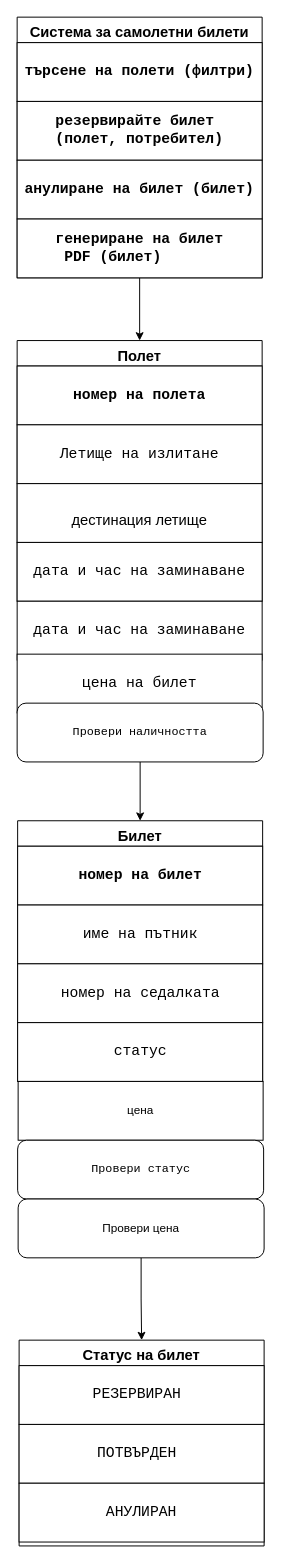
velislav19407/Airline-ticket-Management-System keeps this draw.io diagram as design/diagrams/class/Самолетни билети.drawio. Above is the earlier version. Source tidied: cells renumbered, new cells numbered last; positions are measured from the earlier drawing's top-left corner, leaving out a move shared by most shapes. Both pictures are drawn from the tidied source at 98%, with x=0, y=0 at pixel (17, 17).
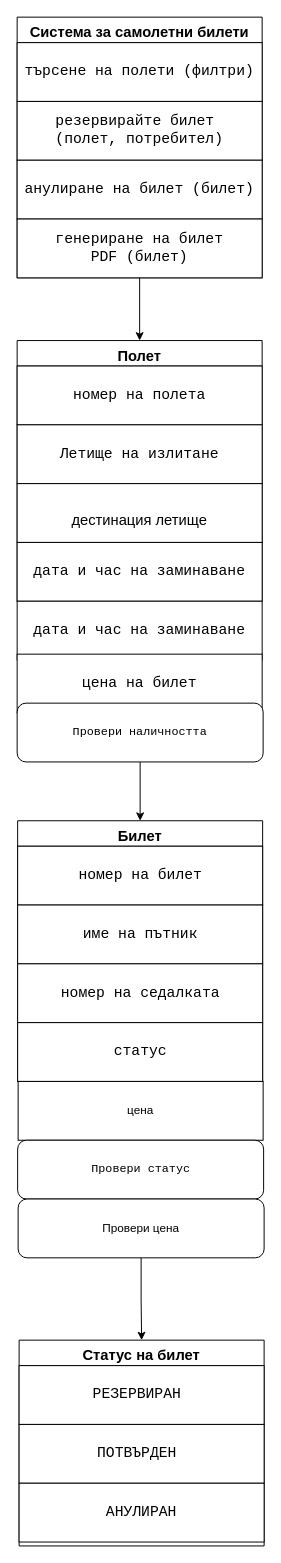
Above is the later version.

Unchanged cells that the change refers to:
```xml
<mxCell id="3" value="Система за самолетни билети" style="swimlane;fontStyle=1;align=center;verticalAlign=top;horizontal=1;startSize=26;rounded=0;shadow=0;strokeWidth=1;fontSize=15;" parent="1" vertex="1">
  <mxGeometry width="250" height="266" as="geometry" />
</mxCell>
<mxCell id="9" value="Полет" style="swimlane;fontStyle=1;align=center;verticalAlign=top;horizontal=1;startSize=26;rounded=0;shadow=0;strokeWidth=1;fontSize=15;" parent="1" vertex="1">
  <mxGeometry y="330" width="250" height="266" as="geometry" />
</mxCell>
<mxCell id="19" value="Билет" style="swimlane;fontStyle=1;align=center;verticalAlign=top;horizontal=1;startSize=26;rounded=0;shadow=0;strokeWidth=1;fontSize=15;" parent="1" vertex="1">
  <mxGeometry x="0.5" y="820" width="250" height="266" as="geometry" />
</mxCell>
```

Diff of the diagram source:
```diff
@@
-    <mxCell id="5" value="&lt;div style=&quot;font-size: 15px;&quot; tabindex=&quot;0&quot; id=&quot;tw-target-text-container&quot; class=&quot;tw-ta-container F0azHf tw-nfl&quot;&gt;&lt;pre dir=&quot;ltr&quot; style=&quot;text-align:left&quot; id=&quot;tw-target-text&quot; class=&quot;tw-data-text tw-text-large tw-ta&quot;&gt;&lt;b&gt;търсене на полети (филтри)&lt;/b&gt;&lt;/pre&gt;&lt;/div&gt;" style="rounded=0;whiteSpace=wrap;html=1;" parent="3" vertex="1">
+    <mxCell id="5" value="&lt;div style=&quot;font-size: 15px;&quot; tabindex=&quot;0&quot; id=&quot;tw-target-text-container&quot; class=&quot;tw-ta-container F0azHf tw-nfl&quot;&gt;&lt;pre dir=&quot;ltr&quot; style=&quot;text-align:left&quot; id=&quot;tw-target-text&quot; class=&quot;tw-data-text tw-text-large tw-ta&quot;&gt;търсене на полети (филтри)&lt;/pre&gt;&lt;/div&gt;" style="rounded=0;whiteSpace=wrap;html=1;" parent="3" vertex="1">
       <mxGeometry y="26" width="250" height="60" as="geometry" />
     </mxCell>
-    <mxCell id="6" value="&lt;div style=&quot;font-size: 15px;&quot; tabindex=&quot;0&quot; id=&quot;tw-target-text-container&quot; class=&quot;tw-ta-container F0azHf tw-nfl&quot;&gt;&lt;pre dir=&quot;ltr&quot; style=&quot;text-align:left&quot; id=&quot;tw-target-text&quot; class=&quot;tw-data-text tw-text-large tw-ta&quot;&gt;&lt;b&gt;резервирайте билет &lt;br&gt;(полет, потребител)&lt;/b&gt;&lt;/pre&gt;&lt;/div&gt;" style="rounded=0;whiteSpace=wrap;html=1;" parent="3" vertex="1">
+    <mxCell id="6" value="&lt;div style=&quot;font-size: 15px;&quot; tabindex=&quot;0&quot; id=&quot;tw-target-text-container&quot; class=&quot;tw-ta-container F0azHf tw-nfl&quot;&gt;&lt;pre dir=&quot;ltr&quot; style=&quot;text-align:left&quot; id=&quot;tw-target-text&quot; class=&quot;tw-data-text tw-text-large tw-ta&quot;&gt;резервирайте билет &lt;br&gt;(полет, потребител)&lt;/pre&gt;&lt;/div&gt;" style="rounded=0;whiteSpace=wrap;html=1;" parent="3" vertex="1">
       <mxGeometry y="86" width="250" height="60" as="geometry" />
     </mxCell>
-    <mxCell id="7" value="&lt;div style=&quot;font-size: 15px;&quot; tabindex=&quot;0&quot; id=&quot;tw-target-text-container&quot; class=&quot;tw-ta-container F0azHf tw-nfl&quot;&gt;&lt;pre dir=&quot;ltr&quot; style=&quot;text-align:left&quot; id=&quot;tw-target-text&quot; class=&quot;tw-data-text tw-text-large tw-ta&quot;&gt;&lt;b&gt;анулиране на билет (билет)&lt;/b&gt;&lt;/pre&gt;&lt;/div&gt;" style="rounded=0;whiteSpace=wrap;html=1;" parent="3" vertex="1">
+    <mxCell id="7" value="&lt;div style=&quot;font-size: 15px;&quot; tabindex=&quot;0&quot; id=&quot;tw-target-text-container&quot; class=&quot;tw-ta-container F0azHf tw-nfl&quot;&gt;&lt;pre dir=&quot;ltr&quot; style=&quot;text-align:left&quot; id=&quot;tw-target-text&quot; class=&quot;tw-data-text tw-text-large tw-ta&quot;&gt;анулиране на билет (билет)&lt;/pre&gt;&lt;/div&gt;" style="rounded=0;whiteSpace=wrap;html=1;" parent="3" vertex="1">
       <mxGeometry y="146" width="250" height="60" as="geometry" />
     </mxCell>
-    <mxCell id="8" value="&lt;div style=&quot;font-size: 15px;&quot; tabindex=&quot;0&quot; id=&quot;tw-target-text-container&quot; class=&quot;tw-ta-container F0azHf tw-nfl&quot;&gt;&lt;pre dir=&quot;ltr&quot; style=&quot;text-align:left&quot; id=&quot;tw-target-text&quot; class=&quot;tw-data-text tw-text-large tw-ta&quot;&gt;&lt;b&gt;генериране на билет&lt;br&gt; PDF (билет)&lt;/b&gt;&lt;/pre&gt;&lt;/div&gt;" style="rounded=0;whiteSpace=wrap;html=1;" parent="3" vertex="1">
+    <mxCell id="8" value="&lt;div style=&quot;font-size: 15px;&quot; tabindex=&quot;0&quot; id=&quot;tw-target-text-container&quot; class=&quot;tw-ta-container F0azHf tw-nfl&quot;&gt;&lt;pre dir=&quot;ltr&quot; style=&quot;&quot; id=&quot;tw-target-text&quot; class=&quot;tw-data-text tw-text-large tw-ta&quot;&gt;генериране на билет&lt;br&gt;PDF (билет)&lt;/pre&gt;&lt;/div&gt;" style="rounded=0;whiteSpace=wrap;html=1;" parent="3" vertex="1">
       <mxGeometry y="206" width="250" height="60" as="geometry" />
     </mxCell>
@@
-    <mxCell id="11" value="&lt;div style=&quot;font-size: 15px;&quot; tabindex=&quot;0&quot; id=&quot;tw-target-text-container&quot; class=&quot;tw-ta-container F0azHf tw-nfl&quot;&gt;&lt;pre dir=&quot;ltr&quot; style=&quot;text-align:left&quot; id=&quot;tw-target-text&quot; class=&quot;tw-data-text tw-text-large tw-ta&quot;&gt;&lt;b&gt;номер на полета&lt;/b&gt;&lt;/pre&gt;&lt;/div&gt;" style="rounded=0;whiteSpace=wrap;html=1;" parent="9" vertex="1">
+    <mxCell id="11" value="&lt;div style=&quot;font-size: 15px;&quot; tabindex=&quot;0&quot; id=&quot;tw-target-text-container&quot; class=&quot;tw-ta-container F0azHf tw-nfl&quot;&gt;&lt;pre dir=&quot;ltr&quot; style=&quot;text-align:left&quot; id=&quot;tw-target-text&quot; class=&quot;tw-data-text tw-text-large tw-ta&quot;&gt;номер на полета&lt;/pre&gt;&lt;/div&gt;" style="rounded=0;whiteSpace=wrap;html=1;" parent="9" vertex="1">
       <mxGeometry y="26" width="250" height="60" as="geometry" />
     </mxCell>
@@
-    <mxCell id="21" value="&lt;div style=&quot;font-size: 15px;&quot; tabindex=&quot;0&quot; id=&quot;tw-target-text-container&quot; class=&quot;tw-ta-container F0azHf tw-nfl&quot;&gt;&lt;pre dir=&quot;ltr&quot; style=&quot;text-align:left&quot; id=&quot;tw-target-text&quot; class=&quot;tw-data-text tw-text-large tw-ta&quot;&gt;&lt;b&gt;номер на билет&lt;/b&gt;&lt;/pre&gt;&lt;/div&gt;" style="rounded=0;whiteSpace=wrap;html=1;" parent="19" vertex="1">
+    <mxCell id="21" value="&lt;div style=&quot;font-size: 15px;&quot; tabindex=&quot;0&quot; id=&quot;tw-target-text-container&quot; class=&quot;tw-ta-container F0azHf tw-nfl&quot;&gt;&lt;pre dir=&quot;ltr&quot; style=&quot;text-align:left&quot; id=&quot;tw-target-text&quot; class=&quot;tw-data-text tw-text-large tw-ta&quot;&gt;номер на билет&lt;/pre&gt;&lt;/div&gt;" style="rounded=0;whiteSpace=wrap;html=1;" parent="19" vertex="1">
       <mxGeometry y="26" width="250" height="60" as="geometry" />
     </mxCell>
```
